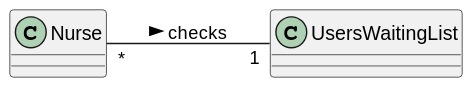
Pirussa/lei-22-s2-1da-g02 keeps this PlantUML diagram as docs/SprintC/US005/US005_MD.svg. Above is the earlier version. Its diagram source:
```plantuml
@startuml

left to right direction

class Nurse

class UsersWaitingList

Nurse "*" -- "1" UsersWaitingList : checks >

@enduml
```
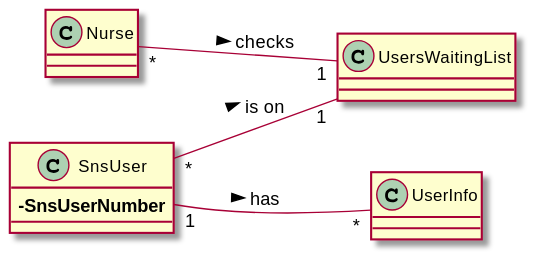
After the change.

Change to the diagram source:
```diff
@@ -3,9 +3,15 @@
 left to right direction
 
 class Nurse
+class UserInfo
+class UsersWaitingList
+class SnsUser {
+==-SnsUserNumber
+}
 
-class UsersWaitingList
 
 Nurse "*" -- "1" UsersWaitingList : checks >
+SnsUser "1" --  "*" UserInfo : has >
+SnsUser "*" -- "1" UsersWaitingList: is on >
 
 @enduml
```
